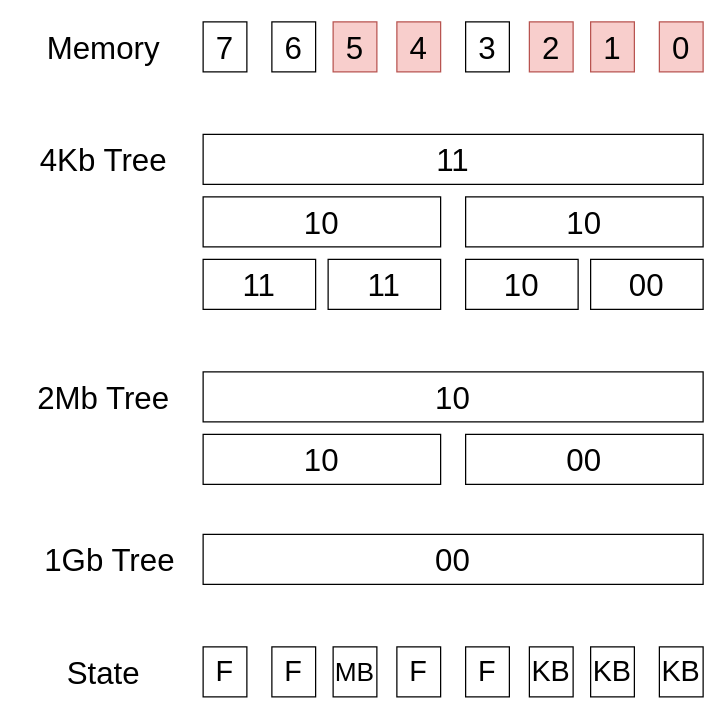
Walterieux/vmxvmm_report keeps this draw.io diagram as pres_04_11_2022/buddy_multi_level_tree.drawio. Above is the earlier version. Source tidied: cells renumbered, new cells numbered last; positions are measured from the earlier drawing's top-left corner, leaving out a move shared by most shapes. Both pictures are drawn from the tidied source at 125%, with x=0, y=0 at pixel (21, 21).
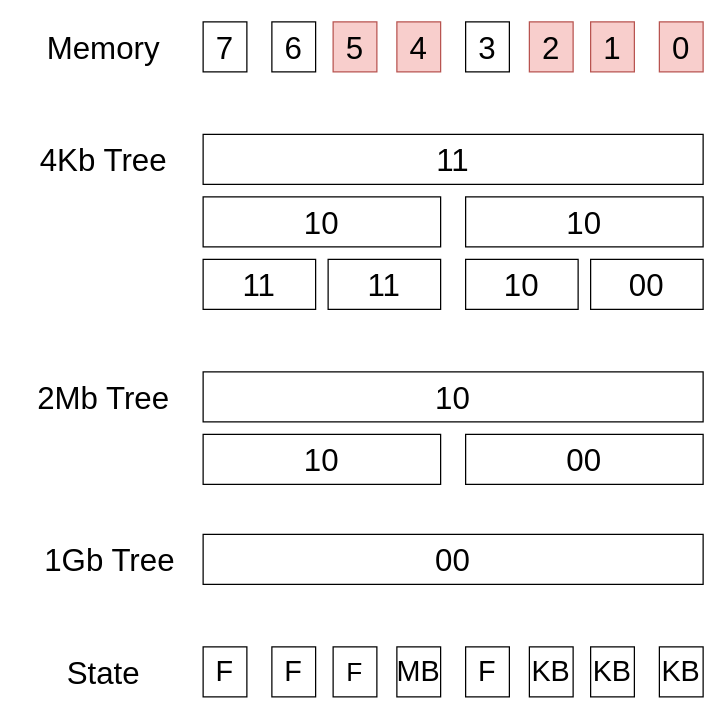
After the change.

What changed in the source:
```diff
@@
-    <mxCell id="28" value="&lt;font style=&quot;font-size: 21px;&quot;&gt;MB&lt;/font&gt;" style="rounded=0;whiteSpace=wrap;html=1;" parent="1" vertex="1">
+    <mxCell id="28" value="&lt;font style=&quot;font-size: 21px;&quot;&gt;F&lt;/font&gt;" style="rounded=0;whiteSpace=wrap;html=1;" parent="1" vertex="1">
       <mxGeometry x="249" y="500" width="35" height="40" as="geometry" />
     </mxCell>
-    <mxCell id="29" value="&lt;font style=&quot;font-size: 23px;&quot;&gt;F&lt;/font&gt;" style="rounded=0;whiteSpace=wrap;html=1;" parent="1" vertex="1">
+    <mxCell id="29" value="&lt;font style=&quot;font-size: 23px;&quot;&gt;MB&lt;/font&gt;" style="rounded=0;whiteSpace=wrap;html=1;" parent="1" vertex="1">
       <mxGeometry x="300" y="500" width="35" height="40" as="geometry" />
     </mxCell>
```
